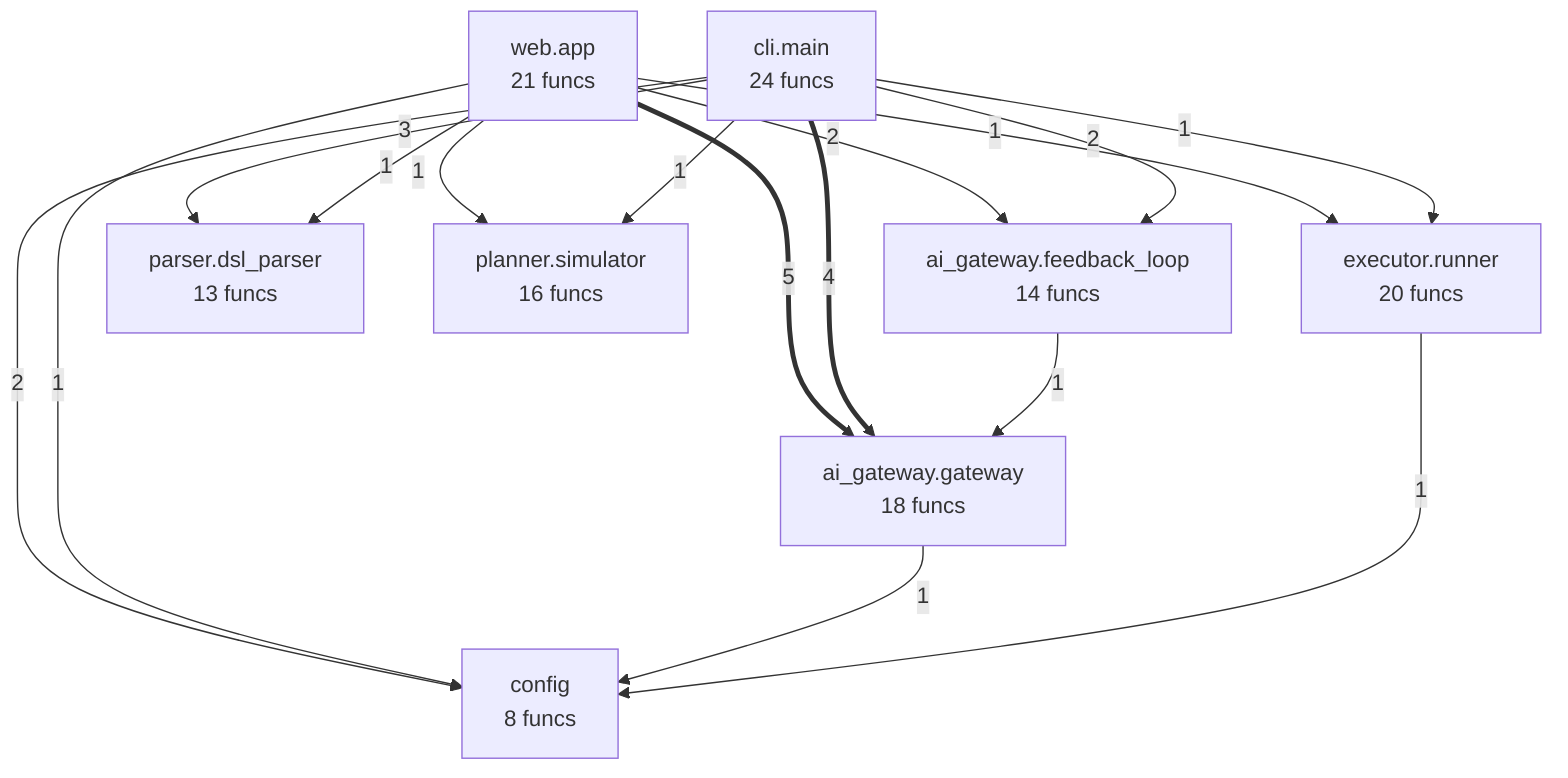
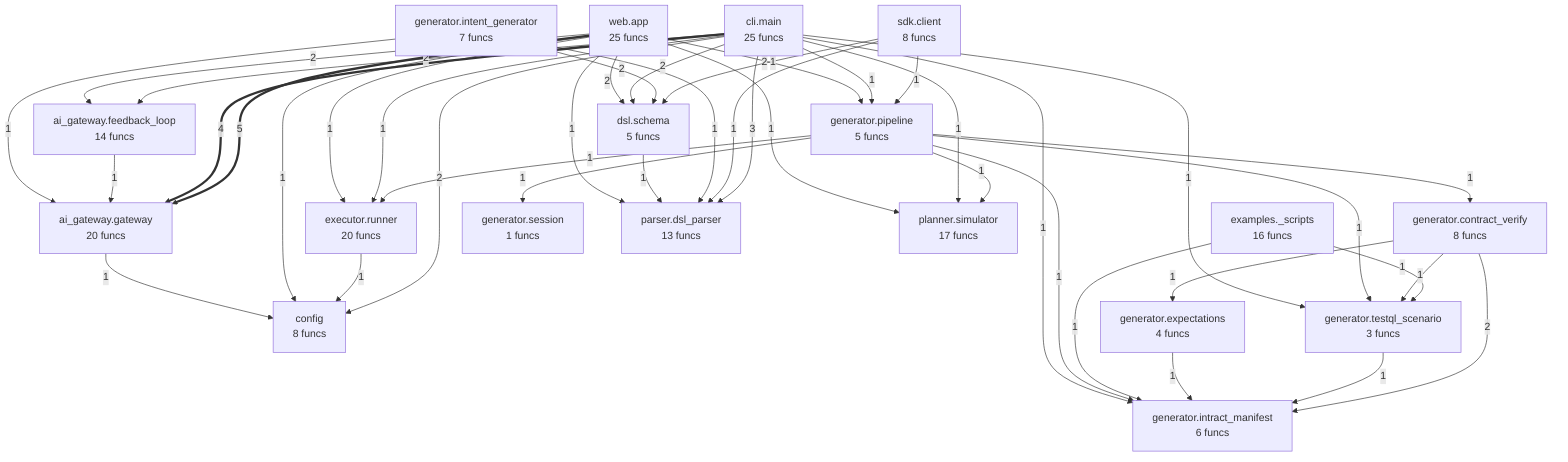
flowchart TD
%% generated in 0.00s
    ai_gateway__feedback_loop["ai_gateway.feedback_loop<br/>14 funcs"]
-     ai_gateway__gateway["ai_gateway.gateway<br/>18 funcs"]
-     cli__main["cli.main<br/>24 funcs"]
+     ai_gateway__gateway["ai_gateway.gateway<br/>20 funcs"]
+     cli__main["cli.main<br/>25 funcs"]
    config["config<br/>8 funcs"]
+     dsl__schema["dsl.schema<br/>5 funcs"]
+     examples___scripts["examples._scripts<br/>16 funcs"]
    executor__runner["executor.runner<br/>20 funcs"]
+     generator__contract_verify["generator.contract_verify<br/>8 funcs"]
+     generator__expectations["generator.expectations<br/>4 funcs"]
+     generator__intent_generator["generator.intent_generator<br/>7 funcs"]
+     generator__intract_manifest["generator.intract_manifest<br/>6 funcs"]
+     generator__pipeline["generator.pipeline<br/>5 funcs"]
+     generator__session["generator.session<br/>1 funcs"]
+     generator__testql_scenario["generator.testql_scenario<br/>3 funcs"]
    parser__dsl_parser["parser.dsl_parser<br/>13 funcs"]
-     planner__simulator["planner.simulator<br/>16 funcs"]
-     web__app["web.app<br/>21 funcs"]
+     planner__simulator["planner.simulator<br/>17 funcs"]
+     sdk__client["sdk.client<br/>8 funcs"]
+     web__app["web.app<br/>25 funcs"]
    web__app ==>|5| ai_gateway__gateway
    cli__main ==>|4| ai_gateway__gateway
    cli__main -->|3| parser__dsl_parser
-     web__app -->|2| ai_gateway__feedback_loop
+     generator__contract_verify -->|2| generator__intract_manifest
+     sdk__client -->|2| dsl__schema
+     generator__intent_generator -->|2| dsl__schema
    cli__main -->|2| config
    cli__main -->|2| ai_gateway__feedback_loop
+     cli__main -->|2| dsl__schema
+     web__app -->|2| dsl__schema
+     web__app -->|2| ai_gateway__feedback_loop
+     generator__testql_scenario -->|1| generator__intract_manifest
+     examples___scripts -->|1| generator__testql_scenario
+     generator__contract_verify -->|1| generator__testql_scenario
+     generator__contract_verify -->|1| generator__expectations
+     generator__expectations -->|1| generator__intract_manifest
+     executor__runner -->|1| config
+     sdk__client -->|1| generator__pipeline
+     sdk__client -->|1| parser__dsl_parser
+     examples___scripts -->|1| generator__intract_manifest
+     ai_gateway__feedback_loop -->|1| ai_gateway__gateway
+     generator__pipeline -->|1| generator__intract_manifest
+     generator__pipeline -->|1| generator__testql_scenario
+     generator__pipeline -->|1| generator__session
+     generator__pipeline -->|1| planner__simulator
+     generator__pipeline -->|1| executor__runner
+     generator__pipeline -->|1| generator__contract_verify
+     generator__intent_generator -->|1| ai_gateway__gateway
+     generator__intent_generator -->|1| parser__dsl_parser
+     cli__main -->|1| planner__simulator
+     cli__main -->|1| executor__runner
+     cli__main -->|1| generator__pipeline
+     cli__main -->|1| generator__intract_manifest
+     cli__main -->|1| generator__testql_scenario
+     dsl__schema -->|1| parser__dsl_parser
+     web__app -->|1| generator__pipeline
    web__app -->|1| parser__dsl_parser
    web__app -->|1| planner__simulator
    web__app -->|1| executor__runner
    web__app -->|1| config
    ai_gateway__gateway -->|1| config
-     ai_gateway__feedback_loop -->|1| ai_gateway__gateway
-     cli__main -->|1| planner__simulator
-     cli__main -->|1| executor__runner
-     executor__runner -->|1| config
